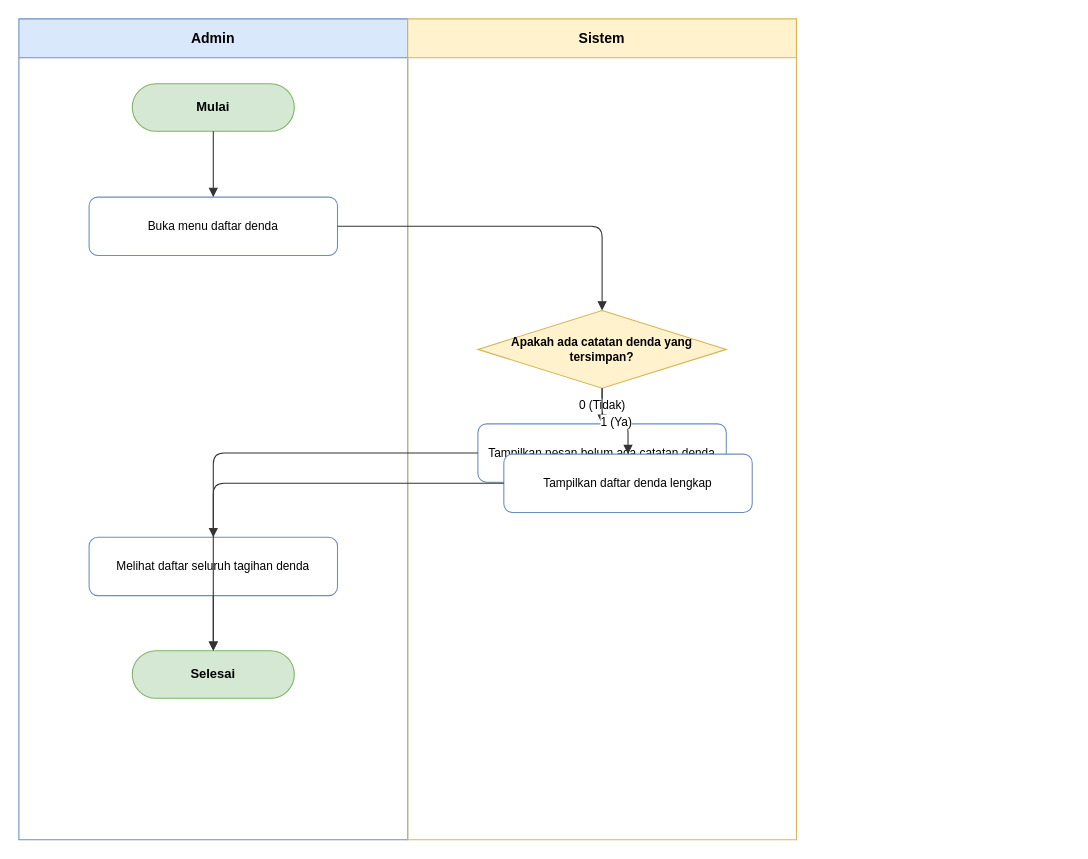
The draw.io diagram docs/diagrams/activity/activity-getdenda.drawio in dimstyle/ruang-baca, before the edit. Source tidied: cells renumbered, new cells numbered last; positions are measured from the earlier drawing's top-left corner, leaving out a move shared by most shapes. Both pictures are drawn from the tidied source at 108%, with x=0, y=0 at pixel (18, 18).
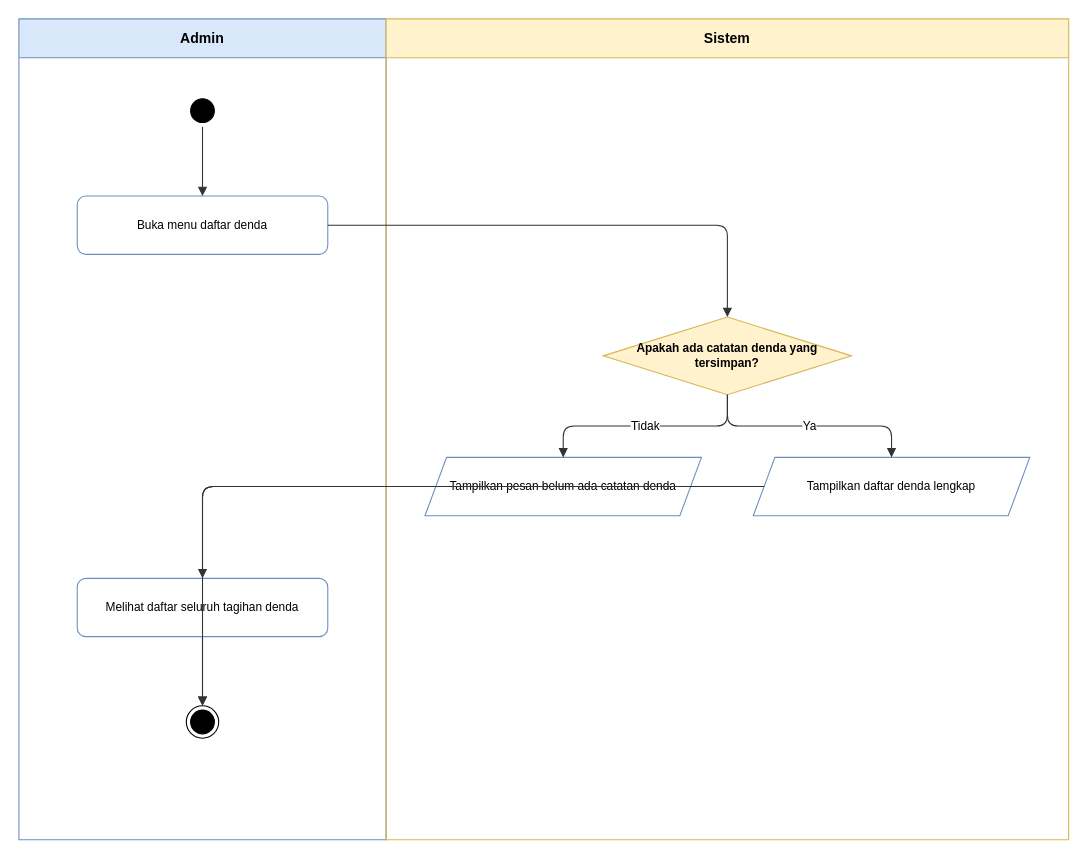
The same diagram, later.

The edit, as a diff of the source:
```diff
@@
 <mxGraphModel>
   <root>
     <mxCell id="0" />
     <mxCell id="1" parent="0" />
     <mxCell id="2" value="Admin" style="swimlane;whiteSpace=wrap;html=1;startSize=36;fillColor=#dae8fc;strokeColor=#6c8ebf;fontStyle=1;fontSize=13;" parent="1" vertex="1">
-      <mxGeometry width="360" height="760" as="geometry" />
+      <mxGeometry width="340" height="760" as="geometry" />
     </mxCell>
     <mxCell id="3" value="Sistem" style="swimlane;whiteSpace=wrap;html=1;startSize=36;fillColor=#fff2cc;strokeColor=#d6b656;fontStyle=1;fontSize=13;" parent="1" vertex="1">
-      <mxGeometry x="360" width="360" height="760" as="geometry" />
+      <mxGeometry x="340" width="632" height="760" as="geometry" />
     </mxCell>
-    <mxCell id="4" value="Mulai" style="rounded=1;whiteSpace=wrap;html=1;arcSize=50;fillColor=#d5e8d4;strokeColor=#82b366;fontStyle=1;fontSize=12;" parent="2" vertex="1">
-      <mxGeometry x="105" y="60" width="150" height="44" as="geometry" />
+    <mxCell id="4" style="ellipse;html=1;shape=startState;fillColor=#000000;strokeColor=#000000;" parent="2" vertex="1">
+      <mxGeometry x="155" y="70" width="30" height="30" as="geometry" />
     </mxCell>
     <mxCell id="5" value="Buka menu daftar denda" style="rounded=1;whiteSpace=wrap;html=1;fillColor=#ffffff;strokeColor=#6c8ebf;fontSize=11;" parent="2" vertex="1">
-      <mxGeometry x="65" y="165" width="230" height="54" as="geometry" />
+      <mxGeometry x="54" y="164" width="232" height="54" as="geometry" />
     </mxCell>
     <mxCell id="6" value="Melihat daftar seluruh tagihan denda" style="rounded=1;whiteSpace=wrap;html=1;fillColor=#ffffff;strokeColor=#6c8ebf;fontSize=11;" parent="2" vertex="1">
-      <mxGeometry x="65" y="480" width="230" height="54" as="geometry" />
+      <mxGeometry x="54" y="518" width="232" height="54" as="geometry" />
     </mxCell>
-    <mxCell id="7" value="Selesai" style="rounded=1;whiteSpace=wrap;html=1;arcSize=50;fillColor=#d5e8d4;strokeColor=#82b366;fontStyle=1;fontSize=12;" parent="2" vertex="1">
-      <mxGeometry x="105" y="585" width="150" height="44" as="geometry" />
+    <mxCell id="7" style="ellipse;html=1;shape=endState;fillColor=#000000;strokeColor=#000000;" parent="2" vertex="1">
+      <mxGeometry x="155" y="636" width="30" height="30" as="geometry" />
     </mxCell>
     <mxCell id="8" value="Apakah ada catatan denda yang tersimpan?" style="rhombus;whiteSpace=wrap;html=1;fillColor=#fff2cc;strokeColor=#d6b656;fontStyle=1;fontSize=11;" parent="3" vertex="1">
-      <mxGeometry x="65" y="270" width="230" height="72" as="geometry" />
+      <mxGeometry x="201" y="276" width="230" height="72" as="geometry" />
     </mxCell>
-    <mxCell id="9" value="Tampilkan pesan belum ada catatan denda" style="rounded=1;whiteSpace=wrap;html=1;fillColor=#ffffff;strokeColor=#6c8ebf;fontSize=11;" parent="3" vertex="1">
-      <mxGeometry x="65" y="375" width="230" height="54" as="geometry" />
+    <mxCell id="9" value="Tampilkan pesan belum ada catatan denda" style="shape=parallelogram;perimeter=parallelogramPerimeter;whiteSpace=wrap;html=1;fixedSize=1;fillColor=#ffffff;strokeColor=#6c8ebf;fontSize=11;" parent="3" vertex="1">
+      <mxGeometry x="36" y="406" width="256" height="54" as="geometry" />
     </mxCell>
-    <mxCell id="10" value="Tampilkan daftar denda lengkap" style="rounded=1;whiteSpace=wrap;html=1;fillColor=#ffffff;strokeColor=#6c8ebf;fontSize=11;" parent="3" vertex="1">
-      <mxGeometry x="89" y="403" width="230" height="54" as="geometry" />
+    <mxCell id="10" value="Tampilkan daftar denda lengkap" style="shape=parallelogram;perimeter=parallelogramPerimeter;whiteSpace=wrap;html=1;fixedSize=1;fillColor=#ffffff;strokeColor=#6c8ebf;fontSize=11;" parent="3" vertex="1">
+      <mxGeometry x="340" y="406" width="256" height="54" as="geometry" />
     </mxCell>
     <mxCell id="11" style="edgeStyle=orthogonalEdgeStyle;rounded=1;jettySize=auto;html=1;endArrow=block;endFill=1;strokeColor=#333333;fontSize=11;labelBackgroundColor=#ffffff;" parent="1" edge="1" source="4" target="5">
       <mxGeometry relative="1" as="geometry" />
     </mxCell>
     <mxCell id="12" style="edgeStyle=orthogonalEdgeStyle;rounded=1;jettySize=auto;html=1;endArrow=block;endFill=1;strokeColor=#333333;fontSize=11;labelBackgroundColor=#ffffff;" parent="1" edge="1" source="6" target="7">
       <mxGeometry relative="1" as="geometry" />
     </mxCell>
     <mxCell id="13" style="edgeStyle=orthogonalEdgeStyle;rounded=1;jettySize=auto;html=1;endArrow=block;endFill=1;strokeColor=#333333;fontSize=11;labelBackgroundColor=#ffffff;" parent="1" edge="1" source="5" target="8">
       <mxGeometry relative="1" as="geometry" />
     </mxCell>
-    <mxCell id="14" value="0 (Tidak)" style="edgeStyle=orthogonalEdgeStyle;rounded=1;jettySize=auto;html=1;endArrow=block;endFill=1;strokeColor=#333333;fontSize=11;labelBackgroundColor=#ffffff;" parent="1" edge="1" source="8" target="9">
+    <mxCell id="14" value="Tidak" style="edgeStyle=orthogonalEdgeStyle;rounded=1;jettySize=auto;html=1;endArrow=block;endFill=1;strokeColor=#333333;fontSize=11;labelBackgroundColor=#ffffff;" parent="1" edge="1" source="8" target="9">
       <mxGeometry relative="1" as="geometry" />
     </mxCell>
     <mxCell id="15" style="edgeStyle=orthogonalEdgeStyle;rounded=1;jettySize=auto;html=1;endArrow=block;endFill=1;strokeColor=#333333;fontSize=11;labelBackgroundColor=#ffffff;" parent="1" edge="1" source="9" target="7">
       <mxGeometry relative="1" as="geometry" />
     </mxCell>
-    <mxCell id="16" value="1 (Ya)" style="edgeStyle=orthogonalEdgeStyle;rounded=1;jettySize=auto;html=1;endArrow=block;endFill=1;strokeColor=#333333;fontSize=11;labelBackgroundColor=#ffffff;" parent="1" edge="1" source="8" target="10">
+    <mxCell id="16" value="Ya" style="edgeStyle=orthogonalEdgeStyle;rounded=1;jettySize=auto;html=1;endArrow=block;endFill=1;strokeColor=#333333;fontSize=11;labelBackgroundColor=#ffffff;" parent="1" edge="1" source="8" target="10">
       <mxGeometry relative="1" as="geometry" />
     </mxCell>
     <mxCell id="17" style="edgeStyle=orthogonalEdgeStyle;rounded=1;jettySize=auto;html=1;endArrow=block;endFill=1;strokeColor=#333333;fontSize=11;labelBackgroundColor=#ffffff;" parent="1" edge="1" source="10" target="6">
       <mxGeometry relative="1" as="geometry" />
     </mxCell>
   </root>
 </mxGraphModel>
```
